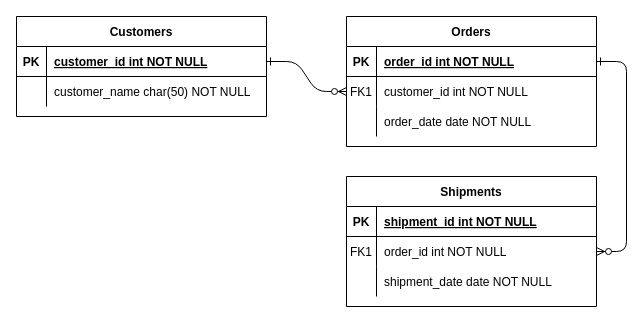
Before: assessment.drawio in ahmadanwar93/assessment-php, a draw.io diagram. Source tidied: cells renumbered, new cells numbered last; positions are measured from the earlier drawing's top-left corner, leaving out a move shared by most shapes. Both pictures are drawn from the tidied source at 100%, with x=0, y=0 at pixel (16, 16).
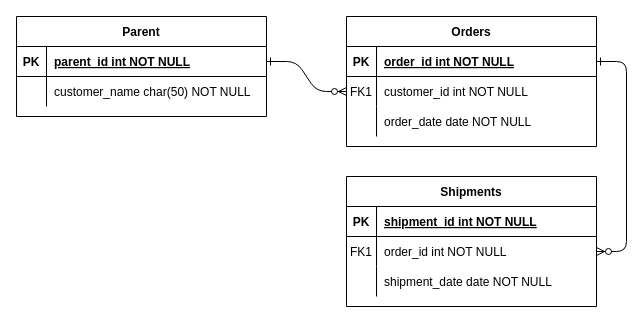
The same diagram, later.

Unchanged cells that the change refers to:
```xml
<mxCell id="25" style="shape=partialRectangle;fillColor=none;points=[[0,0.5],[1,0.5]];portConstraint=eastwest;top=0;left=0;right=0;bottom=1;" parent="24" vertex="1">
  <mxGeometry y="30" width="250" height="30" as="geometry" />
</mxCell>
```

Change to the diagram source:
```diff
@@
-    <mxCell id="24" value="Customers" style="shape=table;startSize=30;childLayout=tableLayout;rowLines=0;fontStyle=1;align=center;" parent="1" vertex="1">
+    <mxCell id="24" value="Parent" style="shape=table;startSize=30;childLayout=tableLayout;rowLines=0;fontStyle=1;align=center;" parent="1" vertex="1">
       <mxGeometry width="250" height="100" as="geometry" />
     </mxCell>
@@
-    <mxCell id="27" value="customer_id int NOT NULL " style="shape=partialRectangle;overflow=hidden;fillColor=none;top=0;left=0;bottom=0;right=0;align=left;spacingLeft=6;fontStyle=5;" parent="25" vertex="1">
+    <mxCell id="27" value="parent_id int NOT NULL " style="shape=partialRectangle;overflow=hidden;fillColor=none;top=0;left=0;bottom=0;right=0;align=left;spacingLeft=6;fontStyle=5;" parent="25" vertex="1">
       <mxGeometry x="30" width="220" height="30" as="geometry" />
     </mxCell>
```
